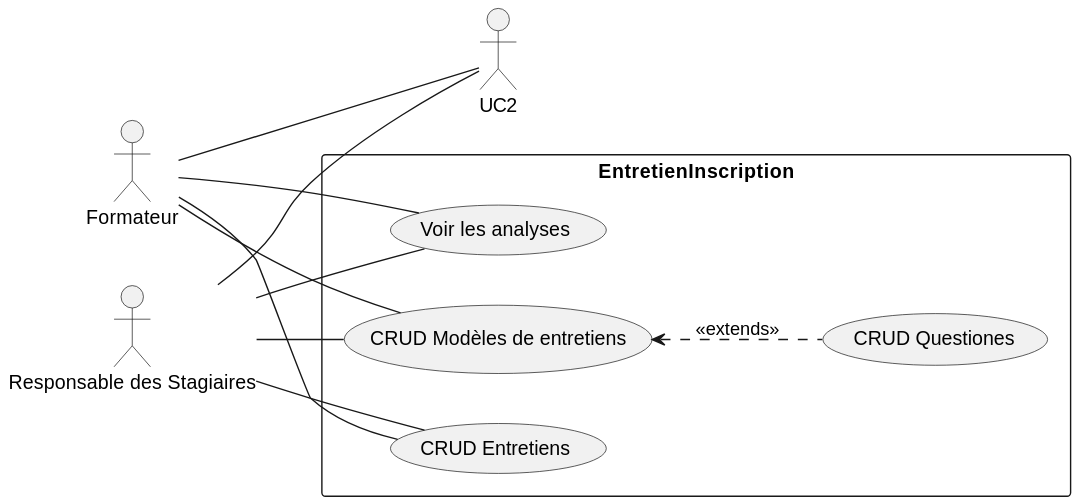
Earlier version of the PlantUML export docs/assets/img/Cas_utilisation.svg (Suirita/File_rouge).
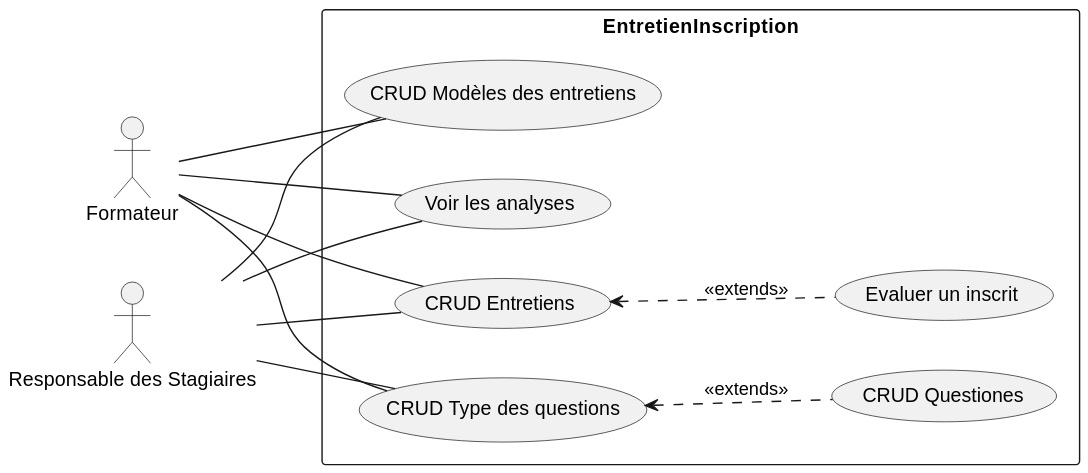
Above is the later version.

What changed in the source:
```diff
@@ -6,10 +6,11 @@
 
 rectangle EntretienInscription {
   usecase "Voir les analyses" as UC1
-  usecase "CRUD Modèles de entretiens" as UC3
-  usecase "CRUD Type des questions" as UC4
+  usecase "CRUD Modèles des entretiens" as UC2
+  usecase "CRUD Type des questions" as UC3
   usecase "CRUD Questiones" as UC4
   usecase "CRUD Entretiens" as UC5
+  usecase "Evaluer un inscrit" as UC6
 }
 
 fr -- UC1
@@ -23,4 +24,5 @@
 rs -- UC5
 
 UC3 <.. UC4 : <<extends>>
+UC5 <.. UC6 : <<extends>>
 @enduml
```
